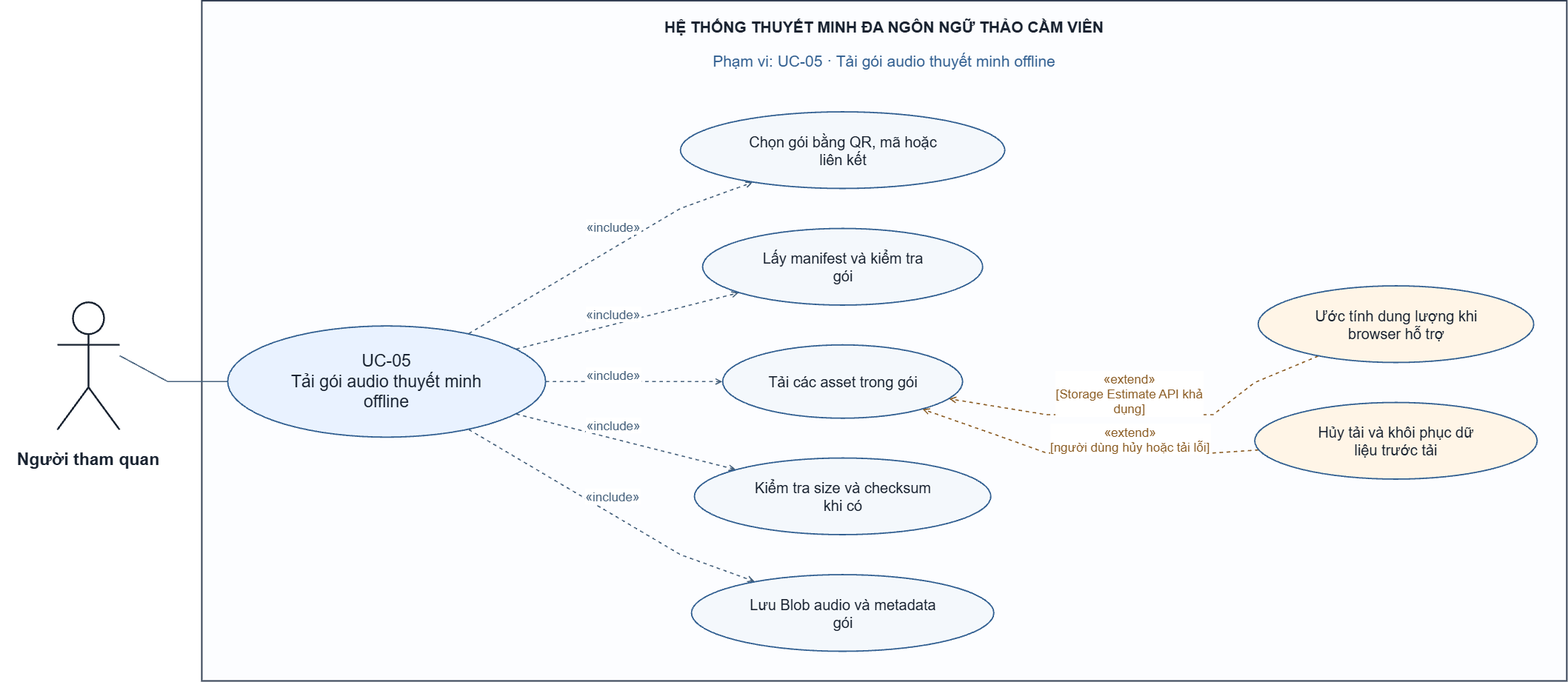
BXXOYOUNG/multilingual-guide-services-saigon-zoo keeps this draw.io diagram as docs/Use-case/USE_CASE_DIAGRAMS_IMG/USE_CASE_DIAGRAM_06.drawio.png. Above is the earlier version. Source tidied: cells renumbered, new cells last; positions are measured from the earlier drawing's top-left corner, leaving out a move shared by most shapes.
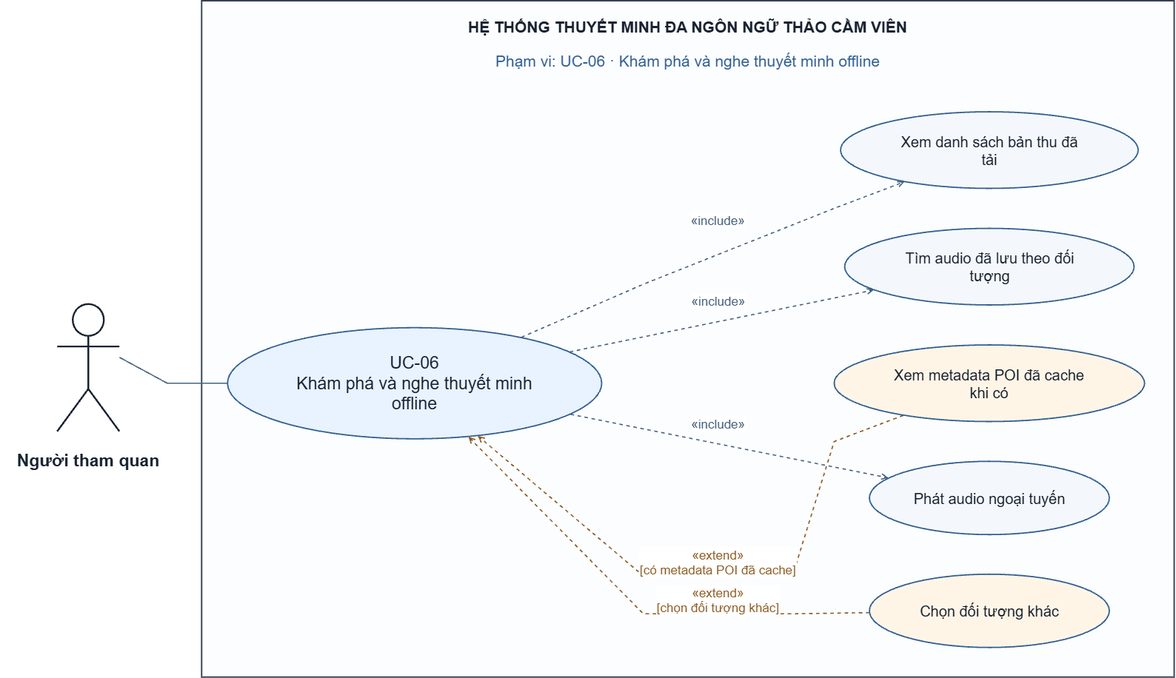
Above is the later version.

Diff of the diagram source:
```diff
@@ -3,146 +3,115 @@
     <mxCell id="0" />
     <mxCell id="1" parent="0" />
     <mxCell id="2" style="html=0;whiteSpace=wrap;fontFamily=Arial;fontColor=#182230;rounded=0;fillColor=#fcfdff;strokeColor=#344054;strokeWidth=2;" parent="1" vertex="1">
-      <mxGeometry x="273.3" width="1842.9" height="918.5" as="geometry" />
+      <mxGeometry x="273.3" width="1313.3" height="913.8" as="geometry" />
     </mxCell>
     <mxCell id="3" value="HỆ THỐNG THUYẾT MINH ĐA NGÔN NGỮ THẢO CẦM VIÊN" style="html=0;whiteSpace=wrap;fontFamily=Arial;fontColor=#182230;text;align=center;verticalAlign=middle;fontSize=21;fontColor=#182230;fontStyle=1;" parent="1" vertex="1">
-      <mxGeometry x="293.3" y="15" width="1802.9" height="40" as="geometry" />
+      <mxGeometry x="293.3" y="15" width="1273.3" height="40" as="geometry" />
     </mxCell>
-    <mxCell id="4" value="Phạm vi: UC-05 · Tải gói audio thuyết minh offline" style="html=0;whiteSpace=wrap;fontFamily=Arial;fontColor=#182230;text;align=center;verticalAlign=middle;fontSize=21;fontColor=#315f91;fontStyle=0;" parent="1" vertex="1">
-      <mxGeometry x="293.3" y="62" width="1802.9" height="38" as="geometry" />
+    <mxCell id="4" value="Phạm vi: UC-06 · Khám phá và nghe thuyết minh offline" style="html=0;whiteSpace=wrap;fontFamily=Arial;fontColor=#182230;text;align=center;verticalAlign=middle;fontSize=21;fontColor=#315f91;fontStyle=0;" parent="1" vertex="1">
+      <mxGeometry x="293.3" y="62" width="1273.3" height="38" as="geometry" />
     </mxCell>
     <mxCell id="5" style="edgeStyle=none;rounded=0;html=0;fontFamily=Arial;fontSize=17;strokeColor=#47627d;fontColor=#47627d;strokeWidth=1.6;labelBackgroundColor=#ffffff;startArrow=none;endArrow=none;endFill=0;exitPerimeter=0;entryPerimeter=0;exitX=1;exitY=0.4186046511627907;entryX=0;entryY=0.5;" parent="1" edge="1" source="13" target="15">
       <mxGeometry relative="1" as="geometry">
         <Array as="points">
-          <mxPoint x="162.2" y="479.3" />
-          <mxPoint x="227.2" y="514.3" />
-          <mxPoint x="267.1" y="514.3" />
-          <mxPoint x="307.8" y="514.3" />
-          <mxPoint x="307.8" y="514.3" />
+          <mxPoint x="162.2" y="481.8" />
+          <mxPoint x="226.9" y="516.8" />
+          <mxPoint x="266.5" y="516.8" />
+          <mxPoint x="307.7" y="516.8" />
+          <mxPoint x="307.7" y="516.8" />
         </Array>
       </mxGeometry>
     </mxCell>
-    <mxCell id="6" value="«include»" style="edgeStyle=none;rounded=0;html=0;fontFamily=Arial;fontSize=17;strokeColor=#47627d;fontColor=#47627d;strokeWidth=1.6;labelBackgroundColor=#ffffff;startArrow=none;endArrow=open;endFill=0;exitPerimeter=0;entryPerimeter=0;exitX=0.7583159744066508;exitY=0.06855225311601183;entryX=0.22239916528536943;entryY=0.9204582777874379;dashed=1;" parent="1" edge="1" source="15" target="16">
+    <mxCell id="6" value="«include»" style="edgeStyle=none;rounded=0;html=0;fontFamily=Arial;fontSize=17;strokeColor=#47627d;fontColor=#47627d;strokeWidth=1.6;labelBackgroundColor=#ffffff;startArrow=none;endArrow=open;endFill=0;exitPerimeter=0;entryPerimeter=0;exitX=0.7855067472617082;exitY=0.08602988175135934;entryX=0.21491309919257504;entryY=0.9138169207287633;dashed=1;" parent="1" edge="1" source="15" target="23">
       <mxGeometry relative="1" as="geometry">
         <Array as="points">
-          <mxPoint x="633.7" y="449.5" />
-          <mxPoint x="750.7" y="380.3" />
-          <mxPoint x="919.5" y="280.5" />
-          <mxPoint x="959.5" y="266.1" />
-          <mxPoint x="1005.2" y="249.5" />
-          <mxPoint x="1016.9" y="245.3" />
+          <mxPoint x="705.1" y="454.6" />
+          <mxPoint x="785.5" y="419.7" />
+          <mxPoint x="869.7" y="383" />
+          <mxPoint x="1127.4" y="280.5" />
+          <mxPoint x="1166.3" y="265.8" />
+          <mxPoint x="1210.5" y="249.1" />
+          <mxPoint x="1222.4" y="244.6" />
         </Array>
-        <mxPoint x="7.3" y="-33.9" as="offset" />
+        <mxPoint x="8.1" y="-50.6" as="offset" />
       </mxGeometry>
     </mxCell>
-    <mxCell id="7" value="«include»" style="edgeStyle=none;rounded=0;html=0;fontFamily=Arial;fontSize=17;strokeColor=#47627d;fontColor=#47627d;strokeWidth=1.6;labelBackgroundColor=#ffffff;startArrow=none;endArrow=open;endFill=0;exitPerimeter=0;entryPerimeter=0;exitX=0.9075270170140779;exitY=0.20770746777458204;entryX=0.12877471860647702;entryY=0.8397959775111584;dashed=1;" parent="1" edge="1" source="15" target="17">
+    <mxCell id="7" value="«include»" style="edgeStyle=none;rounded=0;html=0;fontFamily=Arial;fontSize=17;strokeColor=#47627d;fontColor=#47627d;strokeWidth=1.6;labelBackgroundColor=#ffffff;startArrow=none;endArrow=open;endFill=0;exitPerimeter=0;entryPerimeter=0;exitX=0.9148012239679201;exitY=0.21761145733461232;entryX=0.10095869697039435;entryY=0.8041741532873519;dashed=1;" parent="1" edge="1" source="15" target="24">
       <mxGeometry relative="1" as="geometry">
         <Array as="points">
-          <mxPoint x="697.7" y="470.4" />
-          <mxPoint x="788.5" y="447.4" />
-          <mxPoint x="898.6" y="419.6" />
-          <mxPoint x="985.9" y="397.5" />
-          <mxPoint x="998.1" y="394.4" />
+          <mxPoint x="770.5" y="474.4" />
+          <mxPoint x="895.4" y="448.9" />
+          <mxPoint x="1052.1" y="417" />
+          <mxPoint x="1168.8" y="393.2" />
+          <mxPoint x="1181" y="390.8" />
         </Array>
-        <mxPoint x="-19.5" y="-10" as="offset" />
+        <mxPoint x="-5.3" y="-27.6" as="offset" />
       </mxGeometry>
     </mxCell>
-    <mxCell id="8" value="«include»" style="edgeStyle=none;rounded=0;html=0;fontFamily=Arial;fontSize=17;strokeColor=#47627d;fontColor=#47627d;strokeWidth=1.6;labelBackgroundColor=#ffffff;startArrow=none;endArrow=open;endFill=0;exitPerimeter=0;entryPerimeter=0;exitX=1;exitY=0.5;entryX=0;entryY=0.5;dashed=1;" parent="1" edge="1" source="15" target="18">
+    <mxCell id="8" value="«include»" style="edgeStyle=none;rounded=0;html=0;fontFamily=Arial;fontSize=17;strokeColor=#47627d;fontColor=#47627d;strokeWidth=1.6;labelBackgroundColor=#ffffff;startArrow=none;endArrow=open;endFill=0;exitPerimeter=0;entryPerimeter=0;exitX=0.9168299547543554;exitY=0.7793091509534473;entryX=0.07881944444444416;entryY=0.2263888888888891;dashed=1;" parent="1" edge="1" source="15" target="26">
       <mxGeometry relative="1" as="geometry">
         <Array as="points">
-          <mxPoint x="737.7" y="514.3" />
-          <mxPoint x="811.5" y="514.3" />
-          <mxPoint x="893.3" y="514.3" />
-          <mxPoint x="963.6" y="514.3" />
-          <mxPoint x="976.1" y="514.3" />
+          <mxPoint x="771.5" y="558.7" />
+          <mxPoint x="903.3" y="585.1" />
+          <mxPoint x="1070.2" y="618.6" />
+          <mxPoint x="1188.2" y="642.2" />
+          <mxPoint x="1200.5" y="644.7" />
         </Array>
-        <mxPoint x="-28.4" y="-9.8" as="offset" />
+        <mxPoint x="-15.6" y="-31.1" as="offset" />
       </mxGeometry>
     </mxCell>
-    <mxCell id="9" value="«include»" style="edgeStyle=none;rounded=0;html=0;fontFamily=Arial;fontSize=17;strokeColor=#47627d;fontColor=#47627d;strokeWidth=1.6;labelBackgroundColor=#ffffff;startArrow=none;endArrow=open;endFill=0;exitPerimeter=0;entryPerimeter=0;exitX=0.9075270170140779;exitY=0.792292532225418;entryX=0.13918311456935636;entryY=0.15042311482061108;dashed=1;" parent="1" edge="1" source="15" target="20">
+    <mxCell id="9" value="«extend»&#10;[chọn đối tượng khác]" style="edgeStyle=none;rounded=0;html=0;fontFamily=Arial;fontSize=17;strokeColor=#8a5b22;fontColor=#8a5b22;strokeWidth=1.6;labelBackgroundColor=#ffffff;startArrow=none;endArrow=open;endFill=0;exitPerimeter=0;entryPerimeter=0;exitX=0;exitY=0.5246212121212133;entryX=0.6436687765466846;entryY=0.9810509214871639;dashed=1;" parent="1" edge="1" source="27" target="15">
       <mxGeometry relative="1" as="geometry">
         <Array as="points">
-          <mxPoint x="697.7" y="558.2" />
-          <mxPoint x="787.2" y="580.8" />
-          <mxPoint x="895.4" y="608.1" />
-          <mxPoint x="982" y="630" />
-          <mxPoint x="994.1" y="633.1" />
+          <mxPoint x="1174.6" y="826.7" />
+          <mxPoint x="1119.3" y="827.5" />
+          <mxPoint x="1071.2" y="828.3" />
+          <mxPoint x="869.7" y="828.3" />
+          <mxPoint x="733.3" y="690.1" />
+          <mxPoint x="642.1" y="597.8" />
+          <mxPoint x="633.5" y="589" />
         </Array>
-        <mxPoint x="-17.5" y="-22.9" as="offset" />
+        <mxPoint x="111.7" y="-8.3" as="offset" />
       </mxGeometry>
     </mxCell>
-    <mxCell id="10" value="«include»" style="edgeStyle=none;rounded=0;html=0;fontFamily=Arial;fontSize=17;strokeColor=#47627d;fontColor=#47627d;strokeWidth=1.6;labelBackgroundColor=#ffffff;startArrow=none;endArrow=open;endFill=0;exitPerimeter=0;entryPerimeter=0;exitX=0.7583159744066508;exitY=0.9314477468839881;entryX=0.20836303596406783;entryY=0.08845321586583917;dashed=1;" parent="1" edge="1" source="15" target="21">
+    <mxCell id="10" value="«extend»&#10;[có metadata POI đã cache]" style="edgeStyle=none;rounded=0;html=0;fontFamily=Arial;fontSize=17;strokeColor=#8a5b22;fontColor=#8a5b22;strokeWidth=1.6;labelBackgroundColor=#ffffff;startArrow=none;endArrow=open;endFill=0;exitPerimeter=0;entryPerimeter=0;exitX=0.22229975880159458;exitY=0.920458277787439;entryX=0.6688299864223479;entryY=0.9734772824118466;dashed=1;" parent="1" edge="1" source="25" target="15">
       <mxGeometry relative="1" as="geometry">
         <Array as="points">
-          <mxPoint x="633.7" y="579.1" />
-          <mxPoint x="750.7" y="648.2" />
-          <mxPoint x="919.5" y="748" />
-          <mxPoint x="960.8" y="763" />
-          <mxPoint x="1007.5" y="779.8" />
-          <mxPoint x="1019.4" y="784.2" />
+          <mxPoint x="1220.6" y="560.3" />
+          <mxPoint x="1172.4" y="578.5" />
+          <mxPoint x="1127.4" y="595.5" />
+          <mxPoint x="1071.2" y="777" />
+          <mxPoint x="869.7" y="777" />
+          <mxPoint x="745.9" y="672.2" />
+          <mxPoint x="655.4" y="595.7" />
+          <mxPoint x="646.2" y="587.9" />
         </Array>
-        <mxPoint x="6.1" y="-21.4" as="offset" />
+        <mxPoint x="1.6" y="-19.5" as="offset" />
       </mxGeometry>
     </mxCell>
-    <mxCell id="11" value="«extend»&#10;[Storage Estimate API khả&#10;dụng]" style="edgeStyle=none;rounded=0;html=0;fontFamily=Arial;fontSize=17;strokeColor=#8a5b22;fontColor=#8a5b22;strokeWidth=1.6;labelBackgroundColor=#ffffff;startArrow=none;endArrow=open;endFill=0;exitPerimeter=0;entryPerimeter=0;exitX=0.2183245299248687;exitY=0.9159904557661472;entryX=0.9440200617283956;entryY=0.7353535353535361;dashed=1;" parent="1" edge="1" source="19" target="18">
-      <mxGeometry relative="1" as="geometry">
-        <Array as="points">
-          <mxPoint x="1780.7" y="479.8" />
-          <mxPoint x="1736.5" y="498.2" />
-          <mxPoint x="1694.9" y="515.5" />
-          <mxPoint x="1638.6" y="559" />
-          <mxPoint x="1413.7" y="559" />
-          <mxPoint x="1356.8" y="549.7" />
-          <mxPoint x="1294.8" y="539.6" />
-          <mxPoint x="1282.3" y="537.6" />
-        </Array>
-        <mxPoint x="-15.5" y="-29.2" as="offset" />
-      </mxGeometry>
-    </mxCell>
-    <mxCell id="12" value="«extend»&#10;[người dùng hủy hoặc tải lỗi]" style="edgeStyle=none;rounded=0;html=0;fontFamily=Arial;fontSize=17;strokeColor=#8a5b22;fontColor=#8a5b22;strokeWidth=1.6;labelBackgroundColor=#ffffff;startArrow=none;endArrow=open;endFill=0;exitPerimeter=0;entryPerimeter=0;exitX=0.013525065160502324;exitY=0.6195444270561644;entryX=0.8329861111111112;entryY=0.8772727272727275;dashed=1;" parent="1" edge="1" source="22" target="18">
-      <mxGeometry relative="1" as="geometry">
-        <Array as="points">
-          <mxPoint x="1700" y="606.6" />
-          <mxPoint x="1664.8" y="609" />
-          <mxPoint x="1638.6" y="610.8" />
-          <mxPoint x="1413.7" y="610.8" />
-          <mxPoint x="1357.5" y="590.5" />
-          <mxPoint x="1309.3" y="573.6" />
-          <mxPoint x="1258.3" y="555.8" />
-          <mxPoint x="1246.4" y="551.6" />
-        </Array>
-        <mxPoint x="58" y="-19.5" as="offset" />
-      </mxGeometry>
-    </mxCell>
     <mxCell id="13" style="html=0;whiteSpace=wrap;fontFamily=Arial;fontColor=#182230;shape=umlActor;verticalLabelPosition=bottom;verticalAlign=top;fillColor=#ffffff;strokeColor=#182230;strokeWidth=2.4;" parent="1" vertex="1">
-      <mxGeometry x="78.2" y="407.3" width="84" height="172" as="geometry" />
+      <mxGeometry x="78.2" y="409.8" width="84" height="172" as="geometry" />
     </mxCell>
     <mxCell id="14" value="Người tham quan" style="html=0;whiteSpace=wrap;fontFamily=Arial;fontColor=#182230;text;align=center;verticalAlign=middle;fontSize=23;fontColor=#182230;fontStyle=1;" parent="1" vertex="1">
-      <mxGeometry x="0.2" y="591.3" width="240" height="55" as="geometry" />
+      <mxGeometry x="0.2" y="593.8" width="240" height="55" as="geometry" />
     </mxCell>
-    <mxCell id="15" value="UC-05&#10;Tải gói audio thuyết minh&#10;offline" style="html=0;whiteSpace=wrap;fontFamily=Arial;fontColor=#182230;ellipse;fillColor=#e9f2ff;strokeColor=#315f91;strokeWidth=1.8;fontSize=23;align=center;verticalAlign=middle;" parent="1" vertex="1">
-      <mxGeometry x="308.3" y="439.2" width="429.2" height="150.2" as="geometry" />
+    <mxCell id="15" value="UC-06&#10;Khám phá và nghe thuyết minh&#10;offline" style="html=0;whiteSpace=wrap;fontFamily=Arial;fontColor=#182230;ellipse;fillColor=#e9f2ff;strokeColor=#315f91;strokeWidth=1.8;fontSize=23;align=center;verticalAlign=middle;" parent="1" vertex="1">
+      <mxGeometry x="308.3" y="441.7" width="505.2" height="150.2" as="geometry" />
     </mxCell>
-    <mxCell id="16" value="Chọn gói bằng QR, mã hoặc&#10;liên kết" style="html=0;whiteSpace=wrap;fontFamily=Arial;fontColor=#182230;ellipse;fillColor=#f4f8fc;strokeColor=#315f91;strokeWidth=1.8;fontSize=20;align=center;verticalAlign=middle;" parent="1" vertex="1">
-      <mxGeometry x="919.5" y="150" width="438" height="103.5" as="geometry" />
-    </mxCell>
-    <mxCell id="17" value="Lấy manifest và kiểm tra&#10;gói" style="html=0;whiteSpace=wrap;fontFamily=Arial;fontColor=#182230;ellipse;fillColor=#f4f8fc;strokeColor=#315f91;strokeWidth=1.8;fontSize=20;align=center;verticalAlign=middle;" parent="1" vertex="1">
-      <mxGeometry x="949.4" y="307.5" width="378.2" height="103.5" as="geometry" />
-    </mxCell>
-    <mxCell id="18" value="Tải các asset trong gói" style="html=0;whiteSpace=wrap;fontFamily=Arial;fontColor=#182230;ellipse;fillColor=#f4f8fc;strokeColor=#315f91;strokeWidth=1.8;fontSize=20;align=center;verticalAlign=middle;" parent="1" vertex="1">
-      <mxGeometry x="976.5" y="464.8" width="324" height="99" as="geometry" />
-    </mxCell>
-    <mxCell id="19" value="Ước tính dung lượng khi&#10;browser hỗ trợ" style="html=0;whiteSpace=wrap;fontFamily=Arial;fontColor=#182230;ellipse;fillColor=#fff5e7;strokeColor=#315f91;strokeWidth=1.8;fontSize=20;align=center;verticalAlign=middle;" parent="1" vertex="1">
-      <mxGeometry x="1699.5" y="385" width="372" height="103.5" as="geometry" />
-    </mxCell>
-    <mxCell id="20" value="Kiểm tra size và checksum&#10;khi có" style="html=0;whiteSpace=wrap;fontFamily=Arial;fontColor=#182230;ellipse;fillColor=#f4f8fc;strokeColor=#315f91;strokeWidth=1.8;fontSize=20;align=center;verticalAlign=middle;" parent="1" vertex="1">
-      <mxGeometry x="938.4" y="617.5" width="400.2" height="103.5" as="geometry" />
-    </mxCell>
-    <mxCell id="21" value="Lưu Blob audio và metadata&#10;gói" style="html=0;whiteSpace=wrap;fontFamily=Arial;fontColor=#182230;ellipse;fillColor=#f4f8fc;strokeColor=#315f91;strokeWidth=1.8;fontSize=20;align=center;verticalAlign=middle;" parent="1" vertex="1">
-      <mxGeometry x="934.4" y="775" width="408.2" height="103.5" as="geometry" />
-    </mxCell>
-    <mxCell id="22" value="Hủy tải và khôi phục dữ&#10;liệu trước tải" style="html=0;whiteSpace=wrap;fontFamily=Arial;fontColor=#182230;ellipse;fillColor=#fff5e7;strokeColor=#315f91;strokeWidth=1.8;fontSize=20;align=center;verticalAlign=middle;" parent="1" vertex="1">
-      <mxGeometry x="1694.8" y="542.5" width="381.4" height="103.5" as="geometry" />
-    </mxCell>
+    <mxCell id="23" value="Xem danh sách bản thu đã&#10;tải" style="html=0;whiteSpace=wrap;fontFamily=Arial;fontColor=#182230;ellipse;fillColor=#f4f8fc;strokeColor=#315f91;strokeWidth=1.8;fontSize=20;align=center;verticalAlign=middle;" parent="1" vertex="1">
+      <mxGeometry x="1136.1" y="150" width="401.9" height="103.5" as="geometry" />
+    </mxCell>
+    <mxCell id="24" value="Tìm audio đã lưu theo đối&#10;tượng" style="html=0;whiteSpace=wrap;fontFamily=Arial;fontColor=#182230;ellipse;fillColor=#f4f8fc;strokeColor=#315f91;strokeWidth=1.8;fontSize=20;align=center;verticalAlign=middle;" parent="1" vertex="1">
+      <mxGeometry x="1141.6" y="307.5" width="390.8" height="103.5" as="geometry" />
+    </mxCell>
+    <mxCell id="25" value="Xem metadata POI đã cache&#10;khi có" style="html=0;whiteSpace=wrap;fontFamily=Arial;fontColor=#182230;ellipse;fillColor=#fff5e7;strokeColor=#315f91;strokeWidth=1.8;fontSize=20;align=center;verticalAlign=middle;" parent="1" vertex="1">
+      <mxGeometry x="1127.4" y="465" width="419.2" height="103.5" as="geometry" />
+    </mxCell>
+    <mxCell id="26" value="Phát audio ngoại tuyến" style="html=0;whiteSpace=wrap;fontFamily=Arial;fontColor=#182230;ellipse;fillColor=#f4f8fc;strokeColor=#315f91;strokeWidth=1.8;fontSize=20;align=center;verticalAlign=middle;" parent="1" vertex="1">
+      <mxGeometry x="1175" y="622.3" width="324" height="99" as="geometry" />
+    </mxCell>
+    <mxCell id="27" value="Chọn đối tượng khác" style="html=0;whiteSpace=wrap;fontFamily=Arial;fontColor=#182230;ellipse;fillColor=#fff5e7;strokeColor=#315f91;strokeWidth=1.8;fontSize=20;align=center;verticalAlign=middle;" parent="1" vertex="1">
+      <mxGeometry x="1175" y="774.8" width="324" height="99" as="geometry" />
+    </mxCell>
   </root>
 </mxGraphModel>
```
